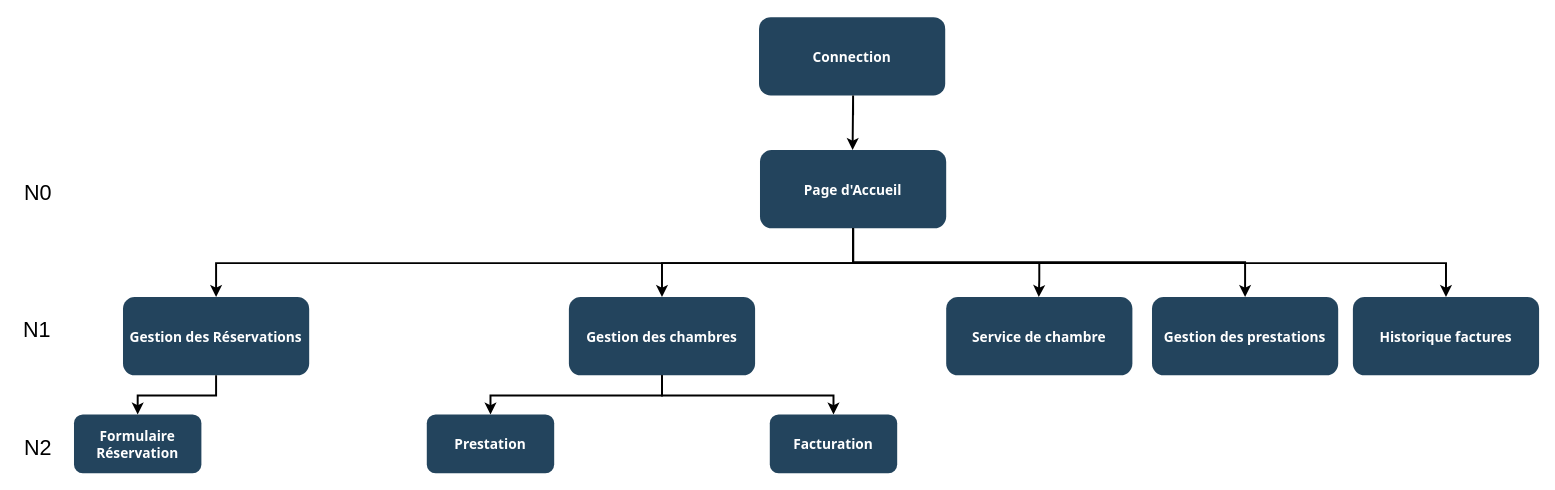
Earlier version of the draw.io diagram ArborescenceEnCours.drawio (Yoan15/projet_hotel). Source tidied: cells renumbered, new cells numbered last; positions are measured from the earlier drawing's top-left corner, leaving out a move shared by most shapes. Both pictures are drawn from the tidied source at 98%, with x=0, y=0 at pixel (17, 17).
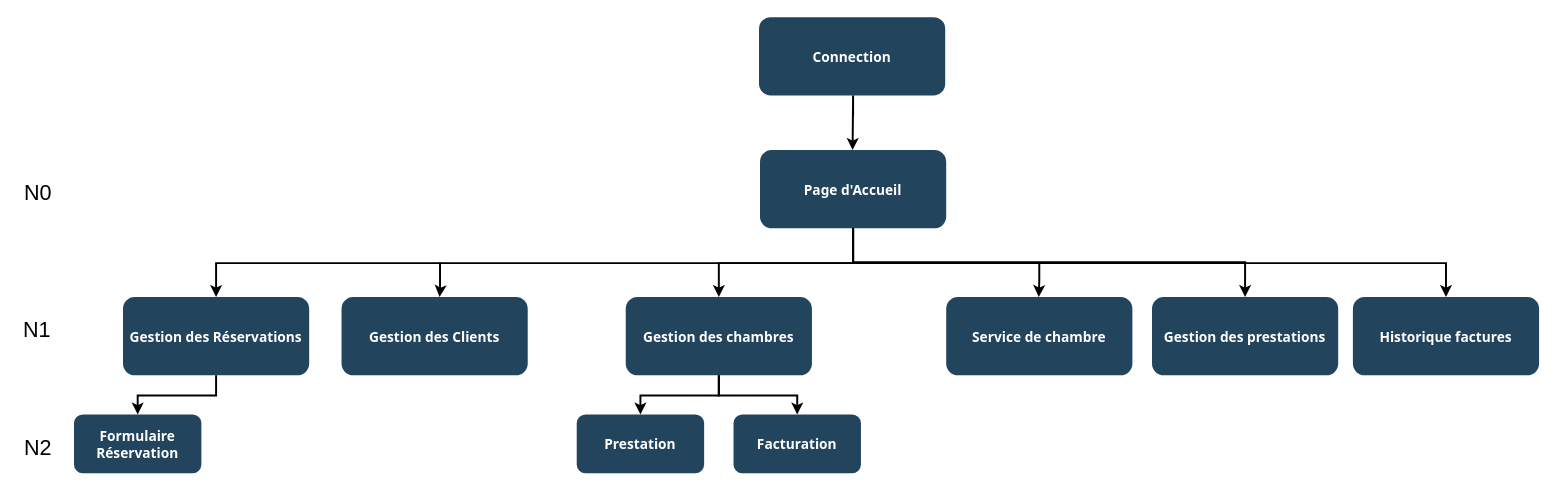
The same page after the edit.

Diff of the diagram source:
```diff
@@
     <mxCell id="6" value="Gestion des chambres" style="rounded=1;fillColor=#23445D;gradientColor=none;strokeColor=none;fontColor=#FFFFFF;fontStyle=1;fontFamily=Tahoma;fontSize=14;" parent="1" vertex="1">
-      <mxGeometry x="563" y="285.5" width="190" height="80" as="geometry" />
+      <mxGeometry x="621" y="285.5" width="190" height="80" as="geometry" />
     </mxCell>
@@
     <mxCell id="9" value="Prestation" style="rounded=1;fillColor=#23445D;gradientColor=none;strokeColor=none;fontColor=#FFFFFF;fontStyle=1;fontFamily=Tahoma;fontSize=14;" parent="1" vertex="1">
-      <mxGeometry x="418" y="405.5" width="130" height="60" as="geometry" />
+      <mxGeometry x="571" y="405.5" width="130" height="60" as="geometry" />
     </mxCell>
     <mxCell id="10" value="Facturation" style="rounded=1;fillColor=#23445D;gradientColor=none;strokeColor=none;fontColor=#FFFFFF;fontStyle=1;fontFamily=Tahoma;fontSize=14;" parent="1" vertex="1">
-      <mxGeometry x="768" y="405.5" width="130" height="60" as="geometry" />
+      <mxGeometry x="731" y="405.5" width="130" height="60" as="geometry" />
     </mxCell>
@@
+    <mxCell id="24" style="edgeStyle=elbowEdgeStyle;elbow=vertical;strokeWidth=2;rounded=0;" parent="1" edge="1">
+      <mxGeometry x="-635" y="15.5" as="geometry">
+        <mxPoint x="431.5" y="250" as="sourcePoint" />
+        <mxPoint x="431" y="285.5" as="targetPoint" />
+        <Array as="points">
+          <mxPoint x="399.5" y="280" />
+        </Array>
+      </mxGeometry>
+    </mxCell>
+    <mxCell id="25" value="Gestion des Clients" style="rounded=1;fillColor=#23445D;gradientColor=none;strokeColor=none;fontColor=#FFFFFF;fontStyle=1;fontFamily=Tahoma;fontSize=14;" parent="1" vertex="1">
+      <mxGeometry x="331" y="285.5" width="190" height="80" as="geometry" />
+    </mxCell>
```
